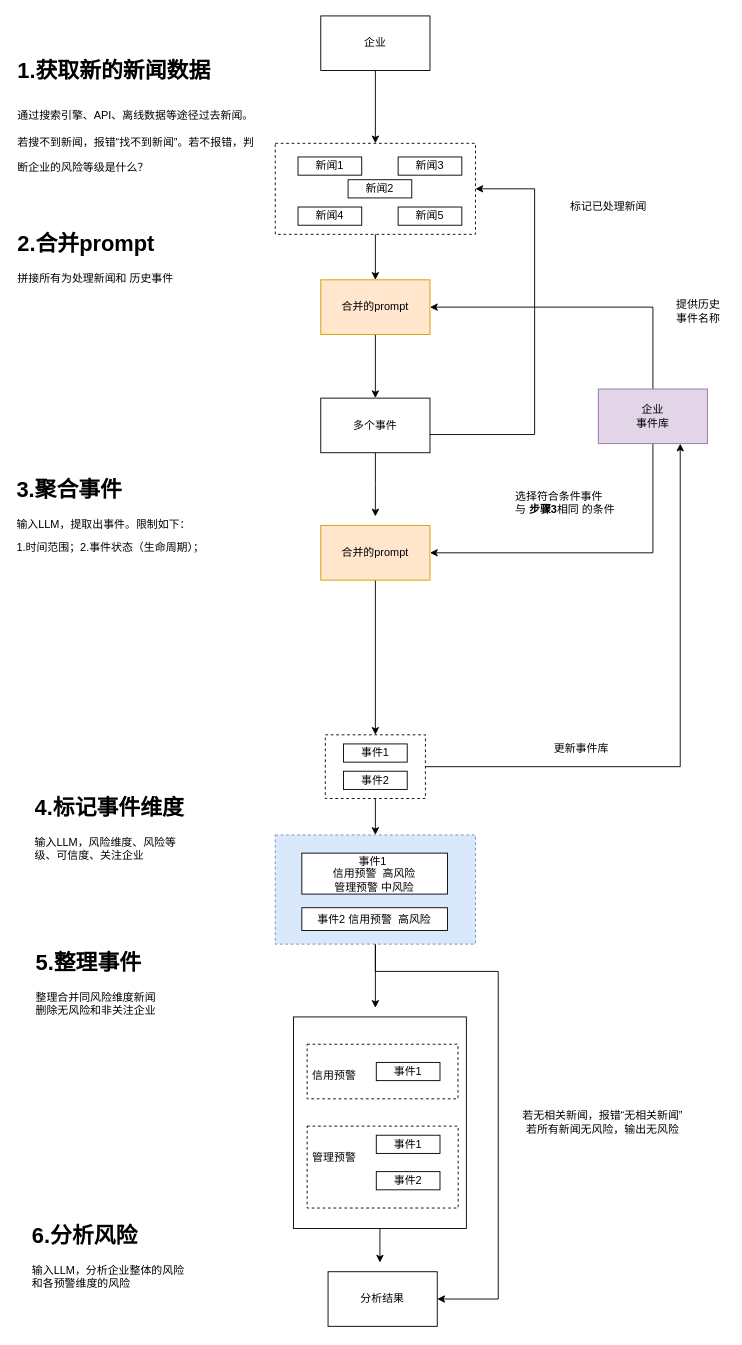
Earlier version of the draw.io diagram page "整体和各维度分析-事件版" (4 of 5) of 舆情分析.drawio (brothermaster/draw). Source tidied: cells renumbered, new cells numbered last; positions are measured from the earlier drawing's top-left corner, leaving out a move shared by most shapes. Both pictures are drawn from the tidied source at 91%, with x=0, y=0 at pixel (15, 15).
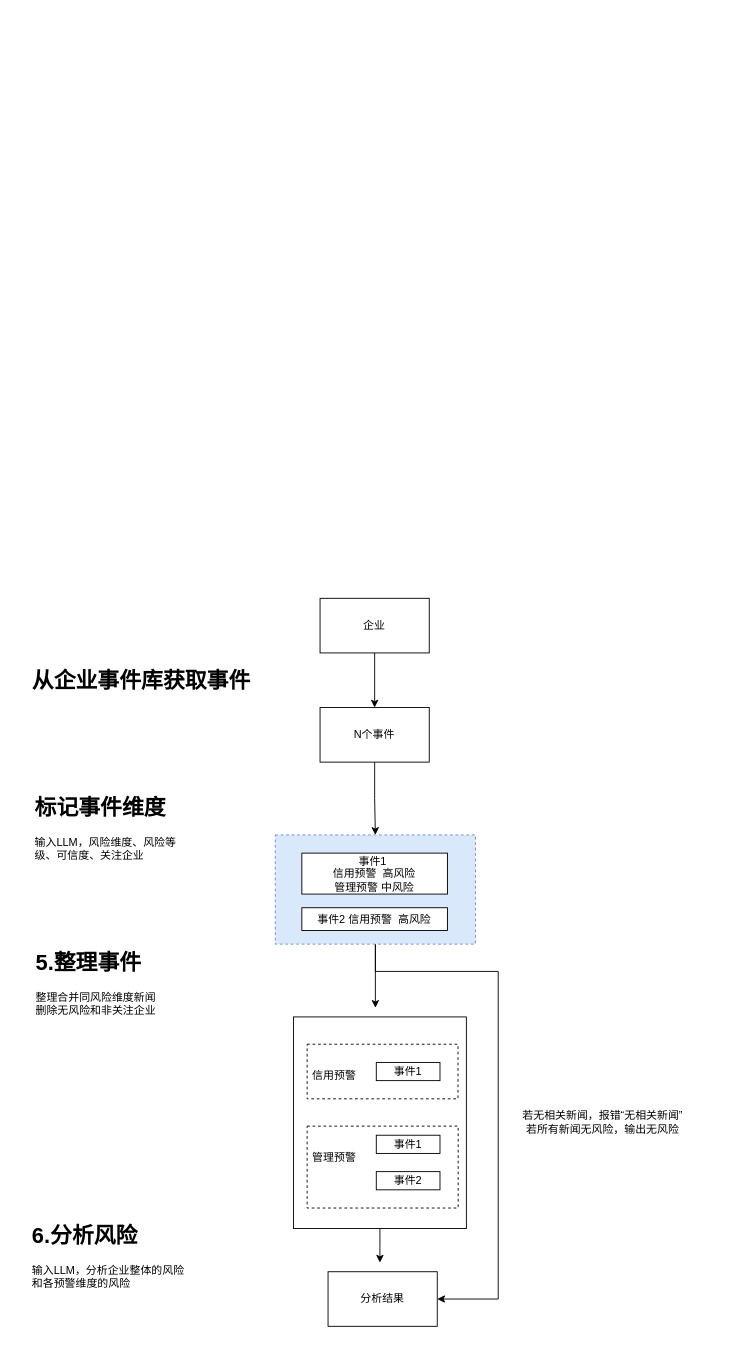
After the change.

Unchanged cells that the change refers to:
```xml
<mxCell id="20" style="rounded=0;whiteSpace=wrap;html=1;dashed=1;fillColor=#dae8fc;strokeColor=#6c8ebf;" parent="1" vertex="1">
  <mxGeometry x="286" y="900" width="220" height="120" as="geometry" />
</mxCell>
```

Change to the diagram source:
```diff
@@
-    <mxCell id="6" style="edgeStyle=orthogonalEdgeStyle;rounded=0;jettySize=auto;html=1;" parent="1" edge="1" source="7" target="46">
-      <mxGeometry relative="1" as="geometry" />
-    </mxCell>
-    <mxCell id="7" style="rounded=0;whiteSpace=wrap;html=1;dashed=1;fillColor=none;" parent="1" vertex="1">
-      <mxGeometry x="286" y="140" width="220" height="100" as="geometry" />
-    </mxCell>
-    <mxCell id="8" value="新闻5" style="rounded=0;whiteSpace=wrap;html=1;" parent="1" vertex="1">
-      <mxGeometry x="421" y="210" width="70" height="20" as="geometry" />
-    </mxCell>
-    <mxCell id="9" value="新闻4" style="rounded=0;whiteSpace=wrap;html=1;" parent="1" vertex="1">
-      <mxGeometry x="311" y="210" width="70" height="20" as="geometry" />
-    </mxCell>
-    <mxCell id="10" value="新闻3" style="rounded=0;whiteSpace=wrap;html=1;" parent="1" vertex="1">
-      <mxGeometry x="421" y="155" width="70" height="20" as="geometry" />
-    </mxCell>
-    <mxCell id="11" value="新闻2" style="rounded=0;whiteSpace=wrap;html=1;" parent="1" vertex="1">
-      <mxGeometry x="366" y="180" width="70" height="20" as="geometry" />
-    </mxCell>
-    <mxCell id="12" value="新闻1" style="rounded=0;whiteSpace=wrap;html=1;" parent="1" vertex="1">
-      <mxGeometry x="311" y="155" width="70" height="20" as="geometry" />
-    </mxCell>
@@
-    <mxCell id="23" style="edgeStyle=orthogonalEdgeStyle;rounded=0;jettySize=auto;html=1;entryX=0.5;entryY=0;entryDx=0;entryDy=0;" parent="1" edge="1" source="24" target="7">
-      <mxGeometry relative="1" as="geometry" />
-    </mxCell>
+    <mxCell id="52" style="edgeStyle=orthogonalEdgeStyle;rounded=0;jettySize=auto;html=1;entryX=0.5;entryY=0;entryDx=0;entryDy=0;" parent="1" edge="1" source="24" target="54">
+      <mxGeometry relative="1" as="geometry" />
+    </mxCell>
     <mxCell id="24" value="企业" style="rounded=0;whiteSpace=wrap;html=1;" parent="1" vertex="1">
-      <mxGeometry x="336" width="120" height="60" as="geometry" />
+      <mxGeometry x="335.2" y="640" width="120" height="60" as="geometry" />
     </mxCell>
@@
-    <mxCell id="27" style="edgeStyle=orthogonalEdgeStyle;rounded=0;jettySize=auto;html=1;entryX=0.5;entryY=0;entryDx=0;entryDy=0;" parent="1" edge="1" source="29" target="20">
-      <mxGeometry relative="1" as="geometry" />
-    </mxCell>
-    <mxCell id="28" style="edgeStyle=orthogonalEdgeStyle;rounded=0;jettySize=auto;html=1;entryX=0.75;entryY=1;entryDx=0;entryDy=0;" parent="1" edge="1" source="29" target="35">
-      <mxGeometry relative="1" as="geometry" />
-    </mxCell>
-    <mxCell id="29" style="rounded=0;whiteSpace=wrap;html=1;dashed=1;fillColor=none;" parent="1" vertex="1">
-      <mxGeometry x="341" y="790" width="110" height="70" as="geometry" />
-    </mxCell>
-    <mxCell id="30" value="事件2" style="rounded=0;whiteSpace=wrap;html=1;" parent="1" vertex="1">
-      <mxGeometry x="361" y="830" width="70" height="20" as="geometry" />
-    </mxCell>
-    <mxCell id="31" value="事件1" style="rounded=0;whiteSpace=wrap;html=1;" parent="1" vertex="1">
-      <mxGeometry x="361" y="800" width="70" height="20" as="geometry" />
-    </mxCell>
-    <mxCell id="32" value="&lt;h1 style=&quot;margin-top: 0px;&quot;&gt;3.聚合事件&lt;/h1&gt;&lt;p&gt;输入LLM，提取出事件。&lt;span style=&quot;background-color: transparent; color: light-dark(rgb(0, 0, 0), rgb(255, 255, 255));&quot;&gt;限制如下：&lt;/span&gt;&lt;/p&gt;&lt;p&gt;1.时间范围；2.事件状态（生命周期）；&lt;/p&gt;" style="text;html=1;whiteSpace=wrap;overflow=hidden;rounded=0;" parent="1" vertex="1">
-      <mxGeometry x="0.4" y="500" width="285.6" height="130" as="geometry" />
-    </mxCell>
-    <mxCell id="33" style="edgeStyle=orthogonalEdgeStyle;rounded=0;jettySize=auto;html=1;entryX=1;entryY=0.5;entryDx=0;entryDy=0;" parent="1" edge="1" source="35" target="38">
-      <mxGeometry relative="1" as="geometry">
-        <Array as="points">
-          <mxPoint x="701" y="590" />
-        </Array>
-      </mxGeometry>
-    </mxCell>
-    <mxCell id="34" style="edgeStyle=orthogonalEdgeStyle;rounded=0;jettySize=auto;html=1;entryX=1;entryY=0.5;entryDx=0;entryDy=0;" parent="1" edge="1" source="35" target="46">
-      <mxGeometry relative="1" as="geometry">
-        <Array as="points">
-          <mxPoint x="701" y="320" />
-        </Array>
-      </mxGeometry>
-    </mxCell>
-    <mxCell id="35" value="企业&lt;div&gt;事件库&lt;/div&gt;" style="rounded=0;whiteSpace=wrap;html=1;fillColor=#e1d5e7;strokeColor=#9673a6;" parent="1" vertex="1">
-      <mxGeometry x="641" y="410" width="120" height="60" as="geometry" />
-    </mxCell>
-    <mxCell id="36" value="&lt;h1 style=&quot;margin-top: 0px;&quot;&gt;1.获取新的新闻数据&lt;/h1&gt;&lt;h1 style=&quot;margin-top: 0px;&quot;&gt;&lt;span style=&quot;background-color: transparent; color: light-dark(rgb(0, 0, 0), rgb(255, 255, 255)); font-size: 12px; font-weight: normal;&quot;&gt;通过搜索引擎、API、离线数据等途径过去新闻。&lt;/span&gt;&lt;span style=&quot;background-color: transparent; color: light-dark(rgb(0, 0, 0), rgb(255, 255, 255)); font-size: 12px; font-weight: normal;&quot;&gt;若搜不到新闻，报错“找不到新闻”。&lt;/span&gt;&lt;span style=&quot;background-color: transparent; color: light-dark(rgb(0, 0, 0), rgb(255, 255, 255)); font-size: 12px; font-weight: normal;&quot;&gt;若不报错，判断企业的风险等级是什么？&lt;/span&gt;&lt;/h1&gt;" style="text;html=1;whiteSpace=wrap;overflow=hidden;rounded=0;" parent="1" vertex="1">
-      <mxGeometry x="1" y="40" width="265.6" height="140" as="geometry" />
-    </mxCell>
-    <mxCell id="37" style="edgeStyle=orthogonalEdgeStyle;rounded=0;jettySize=auto;html=1;entryX=0.5;entryY=0;entryDx=0;entryDy=0;" parent="1" edge="1" source="38" target="29">
-      <mxGeometry relative="1" as="geometry" />
-    </mxCell>
-    <mxCell id="38" value="合并的prompt" style="rounded=0;whiteSpace=wrap;html=1;fillColor=#ffe6cc;strokeColor=#d79b00;" parent="1" vertex="1">
-      <mxGeometry x="336" y="560" width="120" height="60" as="geometry" />
-    </mxCell>
-    <mxCell id="39" value="更新事件库" style="text;html=1;align=center;verticalAlign=middle;whiteSpace=wrap;rounded=0;" parent="1" vertex="1">
-      <mxGeometry x="561" y="790" width="123" height="30" as="geometry" />
-    </mxCell>
-    <mxCell id="40" value="&lt;h1 style=&quot;margin-top: 0px;&quot;&gt;2.合并prompt&lt;/h1&gt;&lt;p&gt;拼接所有为处理新闻和 历史事件&lt;/p&gt;" style="text;html=1;whiteSpace=wrap;overflow=hidden;rounded=0;" parent="1" vertex="1">
-      <mxGeometry x="1" y="230" width="174" height="70" as="geometry" />
-    </mxCell>
@@
-    <mxCell id="42" value="&lt;h1 style=&quot;margin-top: 0px;&quot;&gt;4.标记事件维度&lt;/h1&gt;&lt;p&gt;&lt;span style=&quot;background-color: transparent; color: light-dark(rgb(0, 0, 0), rgb(255, 255, 255));&quot;&gt;输入LLM，风险维度、风险等级、可信度、关注企业&lt;/span&gt;&lt;/p&gt;" style="text;html=1;whiteSpace=wrap;overflow=hidden;rounded=0;" parent="1" vertex="1">
+    <mxCell id="42" value="&lt;h1 style=&quot;margin-top: 0px;&quot;&gt;标记事件维度&lt;/h1&gt;&lt;p&gt;&lt;span style=&quot;background-color: transparent; color: light-dark(rgb(0, 0, 0), rgb(255, 255, 255));&quot;&gt;输入LLM，风险维度、风险等级、可信度、关注企业&lt;/span&gt;&lt;/p&gt;" style="text;html=1;whiteSpace=wrap;overflow=hidden;rounded=0;" parent="1" vertex="1">
       <mxGeometry x="19.6" y="850" width="180" height="120" as="geometry" />
     </mxCell>
@@
-    <mxCell id="44" value="选择符合条件事件&lt;div&gt;与 &lt;b&gt;步骤3&lt;/b&gt;相同 的条件&lt;/div&gt;" style="text;html=1;align=left;verticalAlign=middle;whiteSpace=wrap;rounded=0;" parent="1" vertex="1">
-      <mxGeometry x="547.5" y="500" width="150" height="70" as="geometry" />
-    </mxCell>
-    <mxCell id="45" style="edgeStyle=orthogonalEdgeStyle;rounded=0;jettySize=auto;html=1;entryX=0.5;entryY=0;entryDx=0;entryDy=0;" parent="1" edge="1" source="46" target="50">
-      <mxGeometry relative="1" as="geometry" />
-    </mxCell>
-    <mxCell id="46" value="合并的prompt" style="rounded=0;whiteSpace=wrap;html=1;fillColor=#ffe6cc;strokeColor=#d79b00;" parent="1" vertex="1">
-      <mxGeometry x="336" y="290" width="120" height="60" as="geometry" />
-    </mxCell>
-    <mxCell id="47" value="提供历史事件名称" style="text;html=1;align=center;verticalAlign=middle;whiteSpace=wrap;rounded=0;" parent="1" vertex="1">
-      <mxGeometry x="721" y="310" width="60" height="30" as="geometry" />
-    </mxCell>
-    <mxCell id="48" style="edgeStyle=orthogonalEdgeStyle;rounded=0;jettySize=auto;html=1;" parent="1" edge="1" source="50">
-      <mxGeometry relative="1" as="geometry">
-        <mxPoint x="396" y="550" as="targetPoint" />
-      </mxGeometry>
-    </mxCell>
-    <mxCell id="49" style="edgeStyle=orthogonalEdgeStyle;rounded=0;jettySize=auto;html=1;entryX=1;entryY=0.5;entryDx=0;entryDy=0;" parent="1" edge="1" source="50" target="7">
-      <mxGeometry relative="1" as="geometry">
-        <Array as="points">
-          <mxPoint x="571" y="460" />
-          <mxPoint x="571" y="190" />
-        </Array>
-      </mxGeometry>
-    </mxCell>
-    <mxCell id="50" value="多个事件" style="rounded=0;whiteSpace=wrap;html=1;" parent="1" vertex="1">
-      <mxGeometry x="336" y="420" width="120" height="60" as="geometry" />
-    </mxCell>
-    <mxCell id="51" value="标记已处理新闻" style="text;html=1;align=center;verticalAlign=middle;whiteSpace=wrap;rounded=0;" parent="1" vertex="1">
-      <mxGeometry x="592.5" y="200" width="118.5" height="20" as="geometry" />
-    </mxCell>
+    <mxCell id="53" style="edgeStyle=orthogonalEdgeStyle;rounded=0;jettySize=auto;html=1;entryX=0.5;entryY=0;entryDx=0;entryDy=0;" parent="1" edge="1" source="54" target="20">
+      <mxGeometry relative="1" as="geometry" />
+    </mxCell>
+    <mxCell id="54" value="N个事件" style="rounded=0;whiteSpace=wrap;html=1;" parent="1" vertex="1">
+      <mxGeometry x="335.2" y="760" width="120" height="60" as="geometry" />
+    </mxCell>
+    <mxCell id="55" value="&lt;h1 style=&quot;margin-top: 0px;&quot;&gt;从企业事件库获取事件&lt;/h1&gt;" style="text;html=1;whiteSpace=wrap;overflow=hidden;rounded=0;" parent="1" vertex="1">
+      <mxGeometry x="17" y="710" width="250" height="100" as="geometry" />
+    </mxCell>
```
